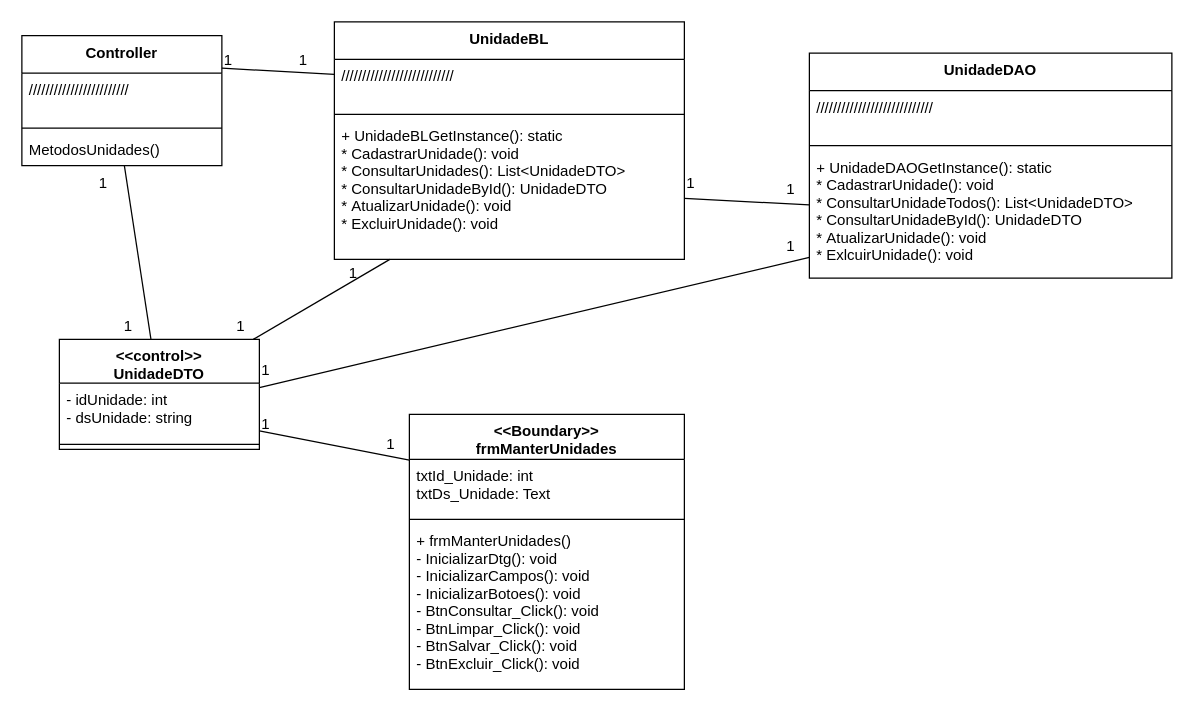
Before: Documentação/Diagramas/Diagrama de Classes/ManterUnidade.drawio in System4Developers/pimADS4, a draw.io diagram. Source tidied: cells renumbered, new cells numbered last; positions are measured from the earlier drawing's top-left corner, leaving out a move shared by most shapes. Both pictures are drawn from the tidied source at 125%, with x=0, y=0 at pixel (21, 21).
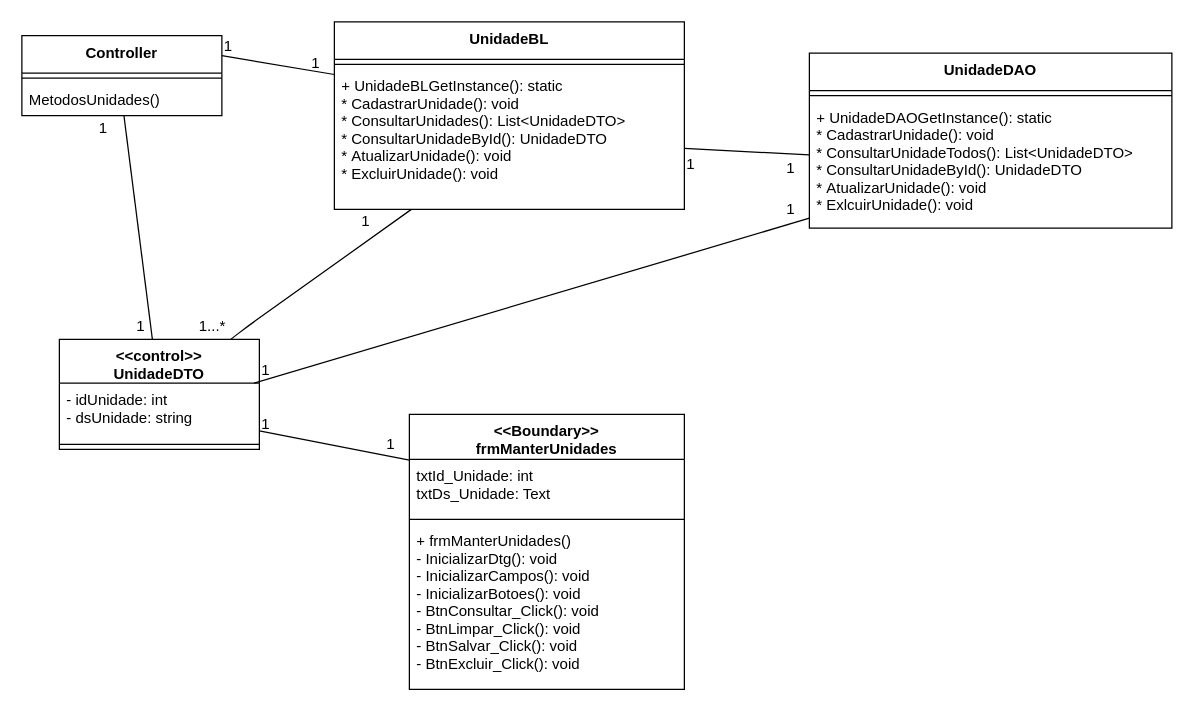
The same diagram, later.

Unchanged cells that the change refers to:
```xml
<mxCell id="6" value="&lt;&lt;control&gt;&gt;&#10;UnidadeDTO&#10;" style="swimlane;fontStyle=1;align=center;verticalAlign=top;horizontal=1;startSize=35;" parent="1" vertex="1">
  <mxGeometry x="30" y="254" width="160" height="88" as="geometry" />
</mxCell>
```

The edit, as a diff of the source:
```diff
@@
     <mxCell id="9" value="Controller" style="swimlane;fontStyle=1;align=center;verticalAlign=top;horizontal=1;startSize=30;" parent="1" vertex="1">
-      <mxGeometry y="11" width="160" height="104" as="geometry" />
+      <mxGeometry y="11" width="160" height="64" as="geometry" />
     </mxCell>
-    <mxCell id="10" value="////////////////////////" style="text;strokeColor=none;fillColor=none;align=left;verticalAlign=top;spacingLeft=4;spacingRight=4;overflow=hidden;" parent="9" vertex="1">
-      <mxGeometry y="30" width="160" height="40" as="geometry" />
-    </mxCell>
     <mxCell id="11" style="line;strokeWidth=1;fillColor=none;align=left;verticalAlign=middle;spacingTop=-1;spacingLeft=3;spacingRight=3;labelPosition=right;" parent="9" vertex="1">
-      <mxGeometry y="70" width="160" height="8" as="geometry" />
+      <mxGeometry y="30" width="160" height="8" as="geometry" />
     </mxCell>
     <mxCell id="12" value="MetodosUnidades()" style="text;strokeColor=none;fillColor=none;align=left;verticalAlign=top;spacingLeft=4;spacingRight=4;overflow=hidden;points=[[0,0.5],[1,0.5]];portConstraint=eastwest;" parent="9" vertex="1">
-      <mxGeometry y="78" width="160" height="26" as="geometry" />
+      <mxGeometry y="38" width="160" height="26" as="geometry" />
     </mxCell>
     <mxCell id="13" value="UnidadeBL" style="swimlane;fontStyle=1;align=center;verticalAlign=top;horizontal=1;startSize=30;" parent="1" vertex="1">
-      <mxGeometry x="250" width="280" height="190" as="geometry" />
+      <mxGeometry x="250" width="280" height="150" as="geometry" />
     </mxCell>
-    <mxCell id="14" value="///////////////////////////" style="text;strokeColor=none;fillColor=none;align=left;verticalAlign=top;spacingLeft=4;spacingRight=4;overflow=hidden;points=[[0,0.5],[1,0.5]];portConstraint=eastwest;" parent="13" vertex="1">
-      <mxGeometry y="30" width="280" height="40" as="geometry" />
-    </mxCell>
     <mxCell id="15" style="line;strokeWidth=1;fillColor=none;align=left;verticalAlign=middle;spacingTop=-1;spacingLeft=3;spacingRight=3;labelPosition=right;" parent="13" vertex="1">
-      <mxGeometry y="70" width="280" height="8" as="geometry" />
+      <mxGeometry y="30" width="280" height="8" as="geometry" />
     </mxCell>
     <mxCell id="16" value="+ UnidadeBLGetInstance(): static&#10;* CadastrarUnidade(): void&#10;* ConsultarUnidades(): List&lt;UnidadeDTO&gt;&#10;* ConsultarUnidadeById(): UnidadeDTO&#10;* AtualizarUnidade(): void&#10;* ExcluirUnidade(): void" style="text;strokeColor=none;fillColor=none;align=left;verticalAlign=top;spacingLeft=4;spacingRight=4;overflow=hidden;points=[[0,0.5],[1,0.5]];portConstraint=eastwest;" parent="13" vertex="1">
-      <mxGeometry y="78" width="280" height="112" as="geometry" />
+      <mxGeometry y="38" width="280" height="112" as="geometry" />
     </mxCell>
     <mxCell id="17" value="UnidadeDAO" style="swimlane;fontStyle=1;align=center;verticalAlign=top;horizontal=1;startSize=30;" parent="1" vertex="1">
-      <mxGeometry x="630" y="25" width="290" height="180" as="geometry" />
+      <mxGeometry x="630" y="25" width="290" height="140" as="geometry" />
     </mxCell>
-    <mxCell id="18" value="////////////////////////////" style="text;strokeColor=none;fillColor=none;align=left;verticalAlign=top;spacingLeft=4;spacingRight=4;overflow=hidden;" parent="17" vertex="1">
-      <mxGeometry y="30" width="290" height="40" as="geometry" />
-    </mxCell>
     <mxCell id="19" style="line;strokeWidth=1;fillColor=none;align=left;verticalAlign=middle;spacingTop=-1;spacingLeft=3;spacingRight=3;labelPosition=right;" parent="17" vertex="1">
-      <mxGeometry y="70" width="290" height="8" as="geometry" />
+      <mxGeometry y="30" width="290" height="8" as="geometry" />
     </mxCell>
     <mxCell id="20" value="+ UnidadeDAOGetInstance(): static&#10;* CadastrarUnidade(): void&#10;* ConsultarUnidadeTodos(): List&lt;UnidadeDTO&gt;&#10;* ConsultarUnidadeById(): UnidadeDTO&#10;* AtualizarUnidade(): void&#10;* ExlcuirUnidade(): void " style="text;strokeColor=none;fillColor=none;align=left;verticalAlign=top;spacingLeft=4;spacingRight=4;overflow=hidden;points=[[0,0.5],[1,0.5]];portConstraint=eastwest;" parent="17" vertex="1">
-      <mxGeometry y="78" width="290" height="102" as="geometry" />
+      <mxGeometry y="38" width="290" height="102" as="geometry" />
     </mxCell>
@@
-    <mxCell id="23" style="endArrow=none;html=1;exitX=1;exitY=0.25;exitDx=0;exitDy=0;" parent="1" edge="1" source="9" target="14">
-      <mxGeometry relative="1" as="geometry" />
+    <mxCell id="23" style="endArrow=none;html=1;exitX=1;exitY=0.25;exitDx=0;exitDy=0;" parent="1" edge="1" source="9">
+      <mxGeometry relative="1" as="geometry">
+        <mxPoint x="250" y="42.1" as="targetPoint" />
+      </mxGeometry>
     </mxCell>
@@
     <mxCell id="25" value="1" style="text;html=1;align=left;verticalAlign=top;spacingTop=-4;" parent="1" vertex="1">
-      <mxGeometry x="160" y="21" width="20" height="20" as="geometry" />
+      <mxGeometry x="160" y="10" width="20" height="20" as="geometry" />
     </mxCell>
     <mxCell id="26" value="1" style="text;html=1;align=left;verticalAlign=top;spacingTop=-4;" parent="1" vertex="1">
-      <mxGeometry x="220" y="21" width="20" height="20" as="geometry" />
+      <mxGeometry x="230" y="23" width="20" height="20" as="geometry" />
     </mxCell>
     <mxCell id="27" value="1" style="text;html=1;align=left;verticalAlign=top;spacingTop=-4;" parent="1" vertex="1">
-      <mxGeometry x="60" y="119" width="20" height="20" as="geometry" />
+      <mxGeometry x="60" y="75" width="20" height="20" as="geometry" />
     </mxCell>
     <mxCell id="28" value="1" style="text;html=1;align=left;verticalAlign=top;spacingTop=-4;" parent="1" vertex="1">
-      <mxGeometry x="80" y="234" width="20" height="20" as="geometry" />
+      <mxGeometry x="90" y="234" width="20" height="20" as="geometry" />
     </mxCell>
-    <mxCell id="29" value="1" style="text;html=1;align=left;verticalAlign=top;spacingTop=-4;" parent="1" vertex="1">
-      <mxGeometry x="170" y="234" width="20" height="20" as="geometry" />
+    <mxCell id="29" value="1...*" style="text;html=1;align=left;verticalAlign=top;spacingTop=-4;" parent="1" vertex="1">
+      <mxGeometry x="140" y="234" width="40" height="20" as="geometry" />
     </mxCell>
     <mxCell id="30" style="endArrow=none;html=1;" parent="1" edge="1" source="6" target="16">
-      <mxGeometry relative="1" as="geometry" />
+      <mxGeometry relative="1" as="geometry">
+        <Array as="points">
+          <mxPoint x="180" y="244" />
+        </Array>
+      </mxGeometry>
     </mxCell>
     <mxCell id="31" value="1" style="text;html=1;align=left;verticalAlign=top;spacingTop=-4;" parent="1" vertex="1">
-      <mxGeometry x="260" y="191" width="20" height="20" as="geometry" />
+      <mxGeometry x="270" y="150" width="20" height="20" as="geometry" />
     </mxCell>
@@
     <mxCell id="35" value="1" style="text;html=1;align=left;verticalAlign=top;spacingTop=-4;" parent="1" vertex="1">
-      <mxGeometry x="610" y="170" width="20" height="20" as="geometry" />
+      <mxGeometry x="610" y="140" width="20" height="20" as="geometry" />
     </mxCell>
@@
     <mxCell id="37" value="1" style="text;html=1;align=left;verticalAlign=top;spacingTop=-4;" parent="1" vertex="1">
-      <mxGeometry x="530" y="119" width="20" height="20" as="geometry" />
+      <mxGeometry x="530" y="104" width="20" height="20" as="geometry" />
     </mxCell>
     <mxCell id="38" value="1" style="text;html=1;align=left;verticalAlign=top;spacingTop=-4;" parent="1" vertex="1">
-      <mxGeometry x="610" y="124" width="20" height="20" as="geometry" />
+      <mxGeometry x="610" y="106.5" width="20" height="20" as="geometry" />
     </mxCell>
```
